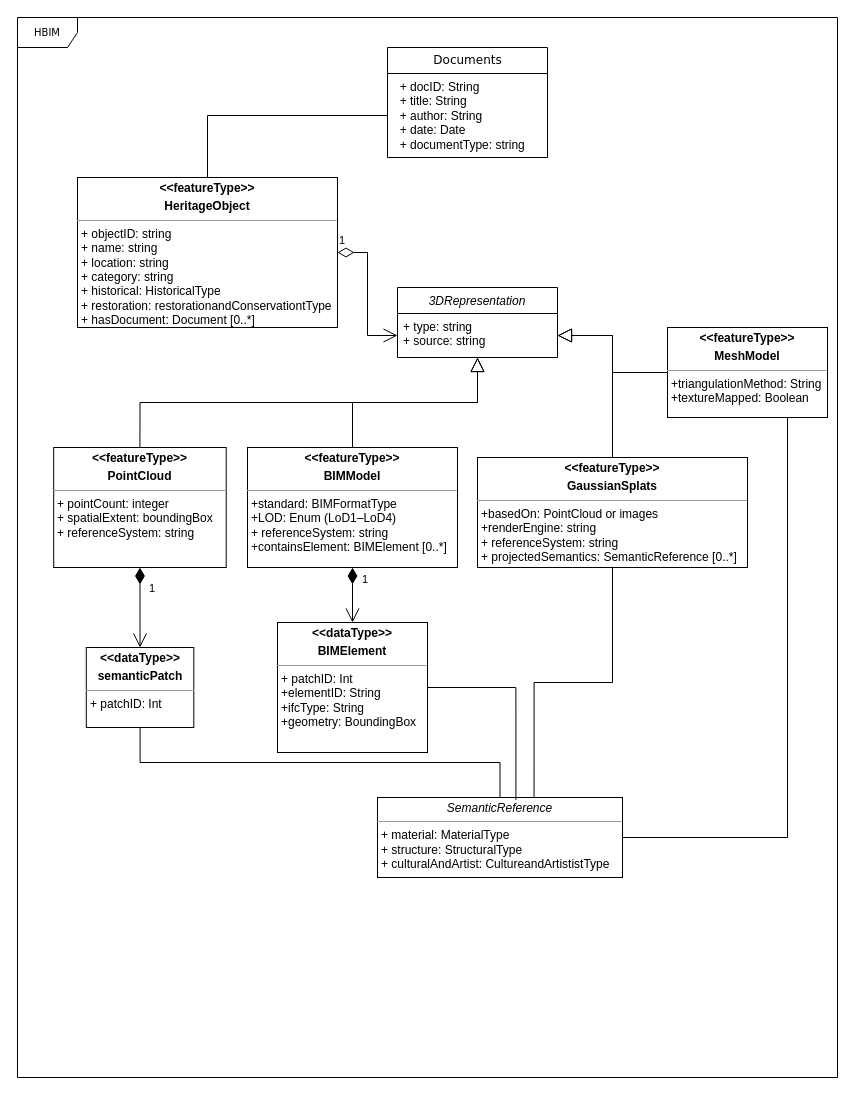
Earlier version of the draw.io diagram HBIM_UML_withGS.drawio (Zhuoyuee/thesis). Source tidied: cells renumbered, new cells numbered last; positions are measured from the earlier drawing's top-left corner, leaving out a move shared by most shapes. Both pictures are drawn from the tidied source at 100%, with x=0, y=0 at pixel (17, 17).
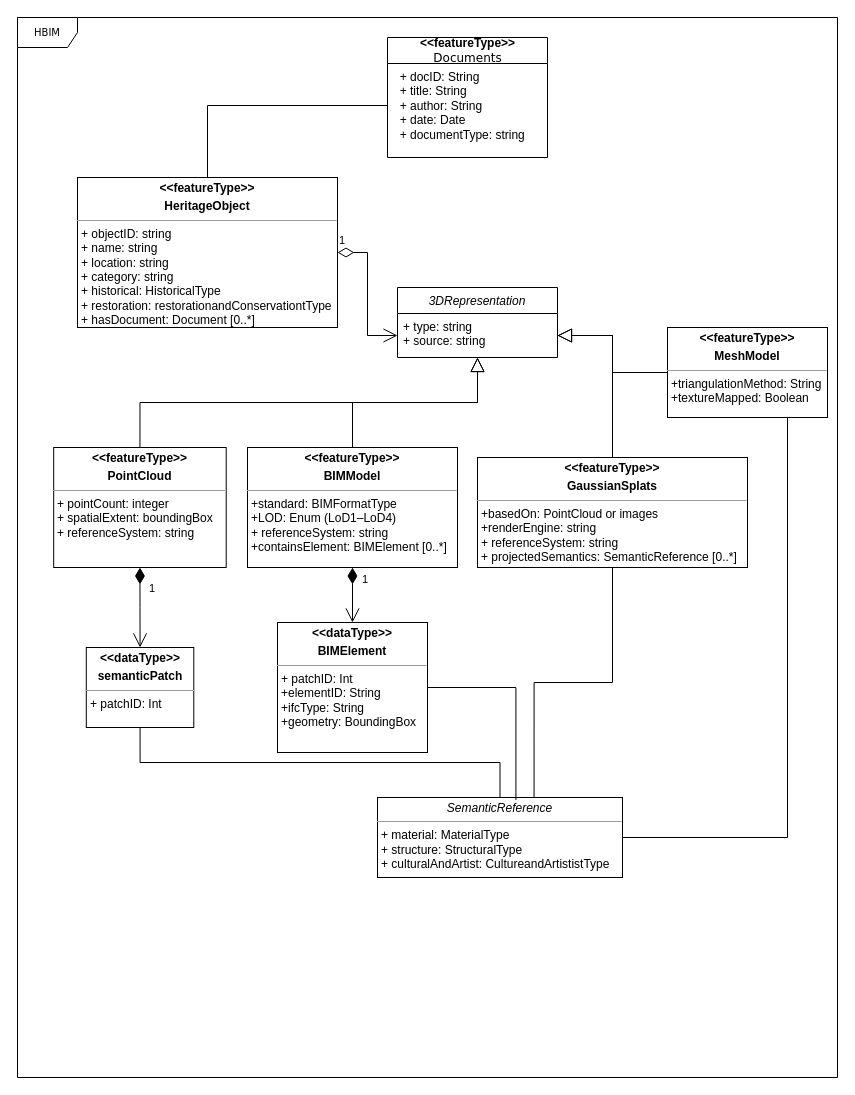
After the change.

What changed in the source:
```diff
@@
-    <mxCell id="3" value="&lt;font style=&quot;font-size: 12px;&quot;&gt;Documents&lt;/font&gt;" style="swimlane;html=1;fontStyle=0;horizontal=1;startSize=26;fillColor=none;swimlaneFillColor=#ffffff;rounded=0;shadow=0;comic=0;labelBackgroundColor=none;strokeWidth=1;fontFamily=Verdana;fontSize=10;align=center;" parent="1" vertex="1">
-      <mxGeometry x="370" y="30" width="160" height="110" as="geometry" />
+    <mxCell id="3" value="&lt;div&gt;&lt;font style=&quot;font-size: 12px;&quot;&gt;&lt;b style=&quot;font-family: Helvetica;&quot;&gt;&amp;lt;&amp;lt;featureType&amp;gt;&amp;gt;&lt;/b&gt;&lt;/font&gt;&lt;/div&gt;&lt;font style=&quot;font-size: 12px;&quot;&gt;Documents&lt;/font&gt;" style="swimlane;html=1;fontStyle=0;horizontal=1;startSize=26;fillColor=none;swimlaneFillColor=#ffffff;rounded=0;shadow=0;comic=0;labelBackgroundColor=none;strokeWidth=1;fontFamily=Verdana;fontSize=10;align=center;" parent="1" vertex="1">
+      <mxGeometry x="370" y="20" width="160" height="120" as="geometry" />
     </mxCell>
```
